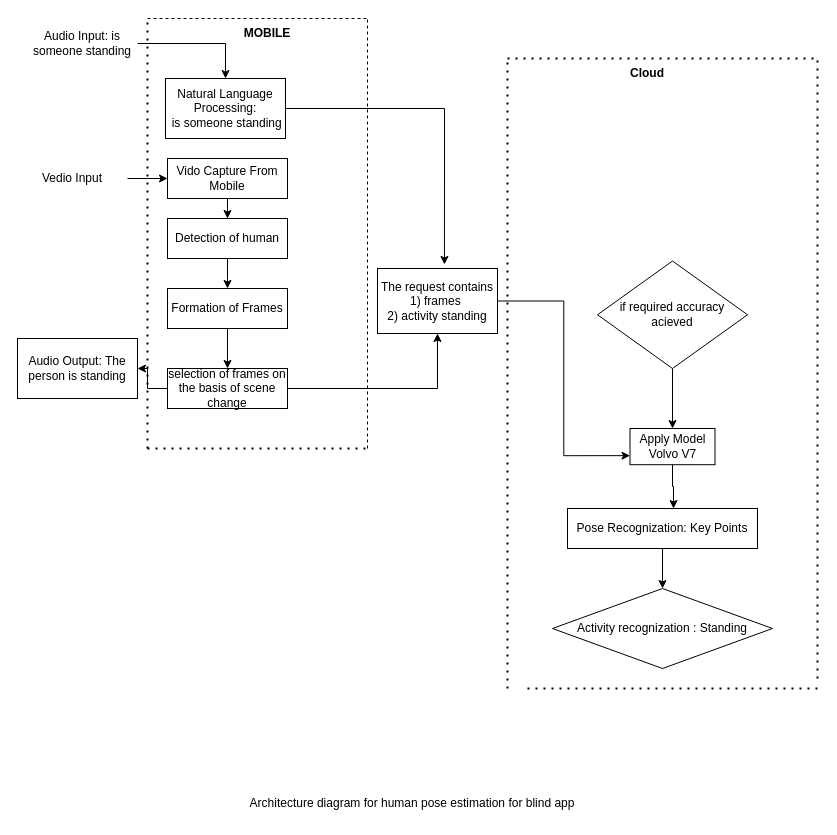
ahmad2001hotmailyahoo/ahmad-arc keeps this draw.io diagram as Untitled Diagram.drawio. Above is the earlier version. Source tidied: cells renumbered, new cells numbered last; positions are measured from the earlier drawing's top-left corner, leaving out a move shared by most shapes. Both pictures are drawn from the tidied source at 100%, with x=0, y=0 at pixel (17, 18).
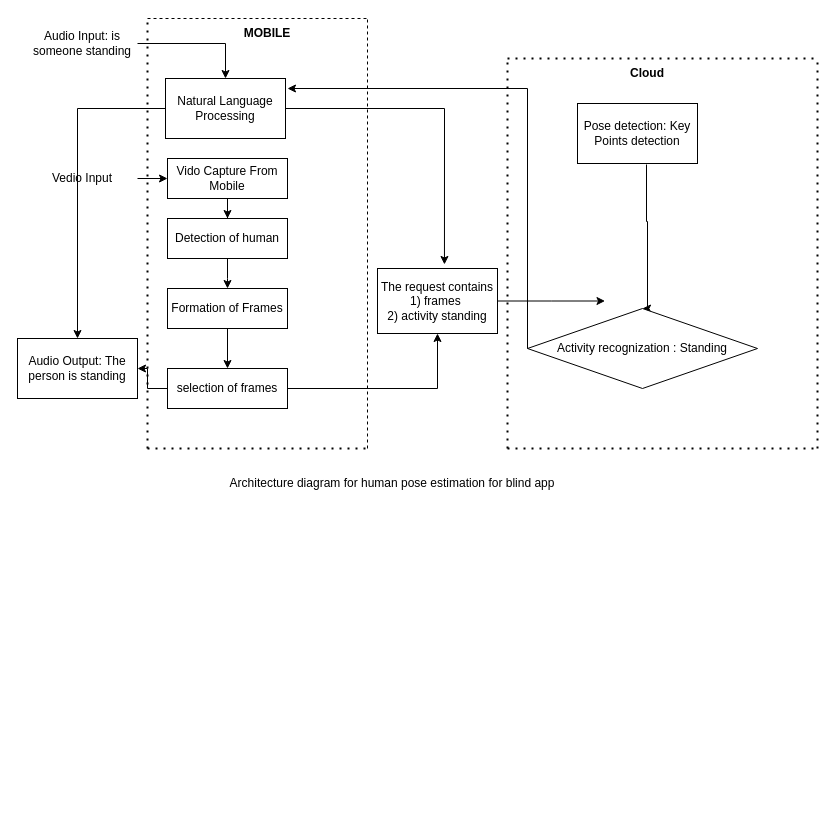
The same diagram, later.

Unchanged cells that the change refers to:
```xml
<mxCell id="15" value="The request contains&lt;br&gt;1) frames&amp;nbsp;&lt;br&gt;2) activity standing" style="whiteSpace=wrap;html=1;" parent="1" vertex="1">
  <mxGeometry x="360" y="250" width="120" height="65" as="geometry" />
</mxCell>
<mxCell id="31" value="Audio Output: The person is standing" style="whiteSpace=wrap;html=1;" parent="1" vertex="1">
  <mxGeometry y="320" width="120" height="60" as="geometry" />
</mxCell>
```

Diff of the diagram source:
```diff
@@
+    <mxCell id="38" style="edgeStyle=orthogonalEdgeStyle;rounded=0;jettySize=auto;html=1;" parent="1" edge="1" source="3" target="31">
+      <mxGeometry relative="1" as="geometry" />
+    </mxCell>
-    <mxCell id="3" value="Natural Language Processing:&lt;br&gt;&amp;nbsp;is someone standing" style="whiteSpace=wrap;html=1;" parent="1" vertex="1">
+    <mxCell id="3" value="Natural Language Processing" style="whiteSpace=wrap;html=1;" parent="1" vertex="1">
       <mxGeometry x="148" y="60" width="120" height="60" as="geometry" />
     </mxCell>
@@
-    <mxCell id="12" value="selection of frames on the basis of scene change" style="whiteSpace=wrap;html=1;" parent="1" vertex="1">
+    <mxCell id="12" value="selection of frames" style="whiteSpace=wrap;html=1;" parent="1" vertex="1">
       <mxGeometry x="150" y="350" width="120" height="40" as="geometry" />
     </mxCell>
@@
-    <mxCell id="14" style="edgeStyle=orthogonalEdgeStyle;rounded=0;jettySize=auto;html=1;entryX=0;entryY=0.75;entryDx=0;entryDy=0;" parent="1" edge="1" source="15" target="24">
-      <mxGeometry relative="1" as="geometry" />
+    <mxCell id="14" style="edgeStyle=orthogonalEdgeStyle;rounded=0;jettySize=auto;html=1;entryX=0;entryY=0.5;entryDx=0;entryDy=0;" parent="1" edge="1" source="15">
+      <mxGeometry relative="1" as="geometry">
+        <mxPoint x="587.5" y="282.5" as="targetPoint" />
+      </mxGeometry>
     </mxCell>
@@
-    <mxCell id="21" style="edgeStyle=orthogonalEdgeStyle;rounded=0;jettySize=auto;html=1;" parent="1" edge="1" source="22" target="24">
-      <mxGeometry relative="1" as="geometry" />
+    <mxCell id="21" style="edgeStyle=orthogonalEdgeStyle;rounded=0;jettySize=auto;html=1;exitX=0.575;exitY=1.017;exitDx=0;exitDy=0;exitPerimeter=0;entryX=0.5;entryY=0;entryDx=0;entryDy=0;" parent="1" edge="1" source="39" target="25">
+      <mxGeometry relative="1" as="geometry">
+        <Array as="points">
+          <mxPoint x="629" y="203" />
+          <mxPoint x="630" y="203" />
+          <mxPoint x="630" y="290" />
+        </Array>
+      </mxGeometry>
     </mxCell>
-    <mxCell id="22" value="if required accuracy acieved" style="rhombus;whiteSpace=wrap;html=1;" parent="1" vertex="1">
-      <mxGeometry x="580" y="242.5" width="150" height="107.5" as="geometry" />
-    </mxCell>
-    <mxCell id="23" style="edgeStyle=orthogonalEdgeStyle;rounded=0;jettySize=auto;html=1;entryX=0.558;entryY=0;entryDx=0;entryDy=0;entryPerimeter=0;" parent="1" edge="1" source="24" target="34">
-      <mxGeometry relative="1" as="geometry">
-        <Array as="points">
-          <mxPoint x="655" y="468" />
-          <mxPoint x="656" y="468" />
-        </Array>
-      </mxGeometry>
-    </mxCell>
-    <mxCell id="24" value="Apply Model Volvo V7" style="whiteSpace=wrap;html=1;" parent="1" vertex="1">
-      <mxGeometry x="612.5" y="410" width="85" height="36.2" as="geometry" />
-    </mxCell>
     <mxCell id="25" value="Activity recognization : Standing" style="rhombus;whiteSpace=wrap;html=1;" parent="1" vertex="1">
-      <mxGeometry x="535" y="570" width="220" height="80" as="geometry" />
+      <mxGeometry x="510" y="290" width="230" height="80" as="geometry" />
     </mxCell>
@@
     <mxCell id="28" style="endArrow=none;dashed=1;html=1;dashPattern=1 3;strokeWidth=2;rounded=0;" parent="1" edge="1">
       <mxGeometry relative="1" as="geometry">
-        <mxPoint x="490" y="670" as="sourcePoint" />
+        <mxPoint x="490" y="430" as="sourcePoint" />
         <mxPoint x="490" y="40" as="targetPoint" />
       </mxGeometry>
     </mxCell>
     <mxCell id="29" style="endArrow=none;dashed=1;html=1;dashPattern=1 3;strokeWidth=2;rounded=0;" parent="1" edge="1">
       <mxGeometry relative="1" as="geometry">
-        <mxPoint x="510" y="670" as="sourcePoint" />
-        <mxPoint x="800" y="670" as="targetPoint" />
+        <mxPoint x="490" y="430" as="sourcePoint" />
+        <mxPoint x="800" y="430" as="targetPoint" />
       </mxGeometry>
     </mxCell>
     <mxCell id="30" style="endArrow=none;dashed=1;html=1;dashPattern=1 3;strokeWidth=2;rounded=0;" parent="1" edge="1">
       <mxGeometry relative="1" as="geometry">
-        <mxPoint x="800" y="660" as="sourcePoint" />
+        <mxPoint x="800" y="430" as="sourcePoint" />
         <mxPoint x="800" y="40" as="targetPoint" />
       </mxGeometry>
     </mxCell>
@@
     <mxCell id="32" value="&lt;span&gt;Architecture&lt;/span&gt;&amp;nbsp;diagram for human pose estimation for blind app" style="text;html=1;strokeColor=none;fillColor=none;align=center;verticalAlign=middle;whiteSpace=wrap;rounded=0;" parent="1" vertex="1">
-      <mxGeometry x="170" y="770" width="450" height="30" as="geometry" />
+      <mxGeometry x="150" y="450" width="450" height="30" as="geometry" />
     </mxCell>
-    <mxCell id="33" style="edgeStyle=orthogonalEdgeStyle;rounded=0;jettySize=auto;html=1;" parent="1" edge="1" source="34" target="25">
-      <mxGeometry relative="1" as="geometry" />
-    </mxCell>
-    <mxCell id="34" value="Pose Recognization: Key Points" style="rounded=0;whiteSpace=wrap;html=1;" parent="1" vertex="1">
-      <mxGeometry x="550" y="490" width="190" height="40" as="geometry" />
-    </mxCell>
@@
     <mxCell id="36" value="Vedio Input" style="text;html=1;strokeColor=none;fillColor=none;align=center;verticalAlign=middle;whiteSpace=wrap;rounded=0;" parent="1" vertex="1">
-      <mxGeometry y="145" width="110" height="30" as="geometry" />
+      <mxGeometry x="10" y="145" width="110" height="30" as="geometry" />
     </mxCell>
@@
+    <mxCell id="39" value="Pose detection: Key Points detection" style="rounded=0;whiteSpace=wrap;html=1;" parent="1" vertex="1">
+      <mxGeometry x="560" y="85" width="120" height="60" as="geometry" />
+    </mxCell>
+    <mxCell id="40" style="endArrow=classic;html=1;rounded=0;exitX=0;exitY=0.5;exitDx=0;exitDy=0;" parent="1" edge="1" source="25">
+      <mxGeometry relative="1" as="geometry">
+        <mxPoint x="270" y="70" as="targetPoint" />
+        <Array as="points">
+          <mxPoint x="510" y="70" />
+        </Array>
+      </mxGeometry>
+    </mxCell>
```
